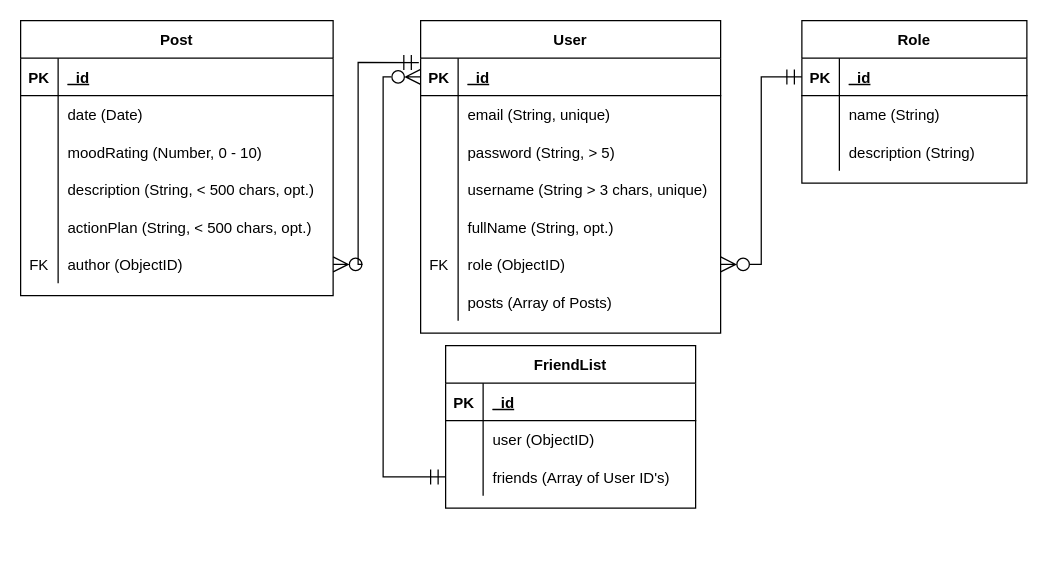
Earlier version of the draw.io diagram docs/ERD.drawio (Lanruoj/Mental-Health-Journal-API). Source tidied: cells renumbered, new cells numbered last; positions are measured from the earlier drawing's top-left corner, leaving out a move shared by most shapes. Both pictures are drawn from the tidied source at 125%, with x=0, y=0 at pixel (20, 20).
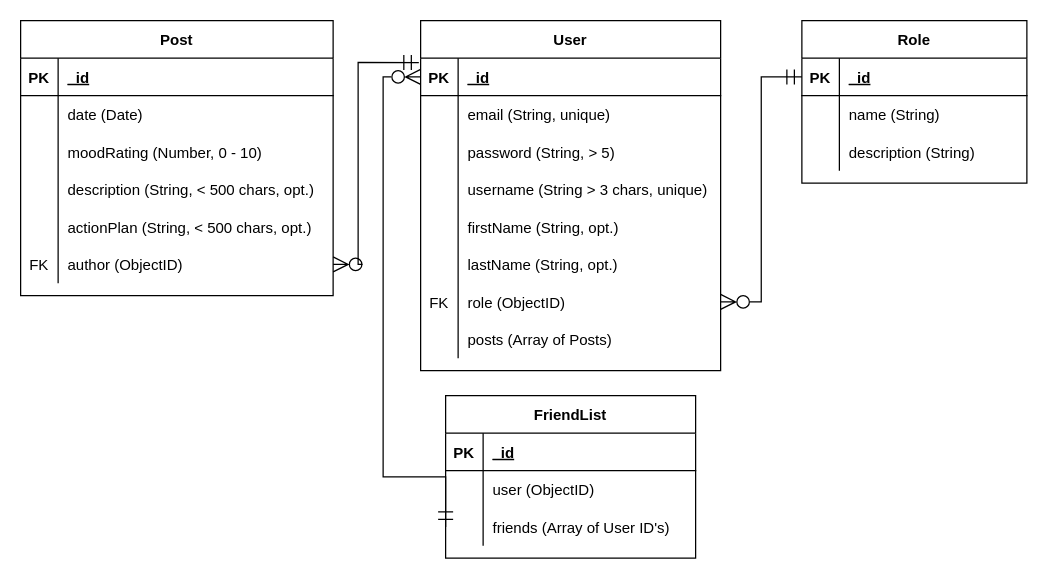
The same diagram, later.

Unchanged cells that the change refers to:
```xml
<mxCell id="15" style="shape=tableRow;horizontal=0;startSize=0;swimlaneHead=0;swimlaneBody=0;fillColor=none;top=0;left=0;right=0;bottom=0;" parent="2" vertex="1">
  <mxGeometry y="150" width="240" height="30" as="geometry" />
</mxCell>
```

Diff of the diagram source:
```diff
@@
     <mxCell id="2" value="User" style="shape=table;startSize=30;childLayout=tableLayout;rowLines=0;fontStyle=1;align=center;" parent="1" vertex="1">
-      <mxGeometry x="320" width="240" height="250" as="geometry" />
+      <mxGeometry x="320" width="240" height="280" as="geometry" />
     </mxCell>
@@
-    <mxCell id="17" value="fullName (String, opt.)" style="shape=partialRectangle;fillColor=none;top=0;left=0;bottom=0;right=0;align=left;spacingLeft=6;overflow=hidden;" parent="15" vertex="1">
+    <mxCell id="17" value="firstName (String, opt.)" style="shape=partialRectangle;fillColor=none;top=0;left=0;bottom=0;right=0;align=left;spacingLeft=6;overflow=hidden;" parent="15" vertex="1">
       <mxGeometry x="30" width="210" height="30" as="geometry" />
     </mxCell>
+    <mxCell id="66" style="shape=tableRow;horizontal=0;startSize=0;swimlaneHead=0;swimlaneBody=0;fillColor=none;top=0;left=0;right=0;bottom=0;" parent="2" vertex="1">
+      <mxGeometry y="180" width="240" height="30" as="geometry" />
+    </mxCell>
+    <mxCell id="67" style="shape=partialRectangle;fillColor=none;top=0;left=0;bottom=0;right=0;overflow=hidden;" parent="66" vertex="1">
+      <mxGeometry width="30" height="30" as="geometry" />
+    </mxCell>
+    <mxCell id="68" value="lastName (String, opt.)" style="shape=partialRectangle;fillColor=none;top=0;left=0;bottom=0;right=0;align=left;spacingLeft=6;overflow=hidden;" parent="66" vertex="1">
+      <mxGeometry x="30" width="210" height="30" as="geometry" />
+    </mxCell>
     <mxCell id="18" style="shape=tableRow;horizontal=0;startSize=0;swimlaneHead=0;swimlaneBody=0;fillColor=none;points=[[0,0.5],[1,0.5]];portConstraint=eastwest;top=0;left=0;right=0;bottom=0;" parent="2" vertex="1">
-      <mxGeometry y="180" width="240" height="30" as="geometry" />
+      <mxGeometry y="210" width="240" height="30" as="geometry" />
     </mxCell>
@@
     <mxCell id="21" style="shape=tableRow;horizontal=0;startSize=0;swimlaneHead=0;swimlaneBody=0;fillColor=none;top=0;left=0;right=0;bottom=0;" parent="2" vertex="1">
-      <mxGeometry y="210" width="240" height="30" as="geometry" />
+      <mxGeometry y="240" width="240" height="30" as="geometry" />
     </mxCell>
@@
     <mxCell id="55" value="FriendList" style="shape=table;startSize=30;childLayout=tableLayout;rowLines=0;fontStyle=1;align=center;" parent="1" vertex="1">
-      <mxGeometry x="340" y="260" width="200" height="130" as="geometry" />
+      <mxGeometry x="340" y="300" width="200" height="130" as="geometry" />
     </mxCell>
```
